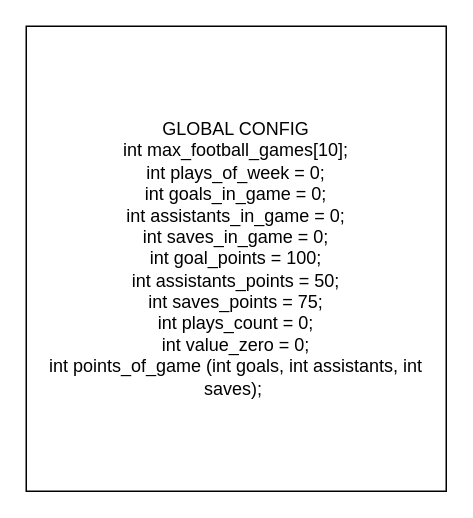
SrMochi02/exercises-c keeps this draw.io diagram as page "Page-1" (1 of 3) of 04_footballgames_practice/docs/excercisefootballgames.drawio. Above is the earlier version. Source tidied: cells renumbered, new cells numbered last; positions are measured from the earlier drawing's top-left corner, leaving out a move shared by most shapes. Both pictures are drawn from the tidied source at 150%, with x=0, y=0 at pixel (26, 26).
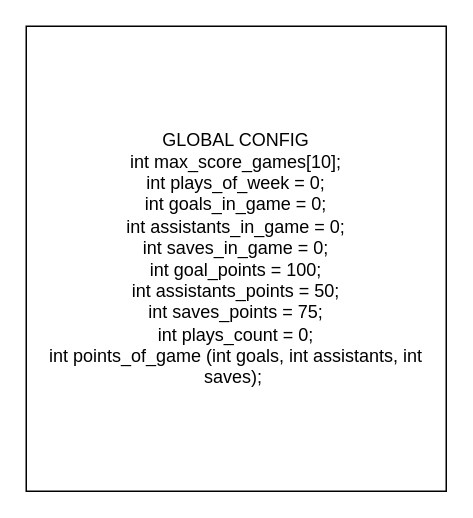
After the change.

What changed in the source:
```diff
@@
 <mxGraphModel>
   <root>
     <mxCell id="0" />
     <mxCell id="1" parent="0" />
-    <mxCell id="2" value="&lt;div&gt;GLOBAL CONFIG&lt;/div&gt;int max_football_games[10];&lt;div&gt;int plays_of_week = 0;&lt;br&gt;&lt;div&gt;int goals_in_game = 0;&lt;/div&gt;&lt;div&gt;int assistants_in_game = 0;&lt;/div&gt;&lt;div&gt;int saves_in_game = 0;&lt;/div&gt;&lt;div&gt;int goal_points = 100;&lt;/div&gt;&lt;div&gt;int assistants_points = 50;&lt;/div&gt;&lt;div&gt;int saves_points = 75;&lt;/div&gt;&lt;div&gt;int plays_count = 0;&lt;br&gt;int value_zero = 0;&lt;/div&gt;&lt;div&gt;int points_of_game (int goals, int assistants, int saves);&amp;nbsp;&lt;/div&gt;&lt;/div&gt;" style="rounded=0;whiteSpace=wrap;html=1;" parent="1" vertex="1">
+    <mxCell id="2" value="&lt;div&gt;GLOBAL CONFIG&lt;/div&gt;int max_score_games[10];&lt;div&gt;int plays_of_week = 0;&lt;br&gt;&lt;div&gt;int goals_in_game = 0;&lt;/div&gt;&lt;div&gt;int assistants_in_game = 0;&lt;/div&gt;&lt;div&gt;int saves_in_game = 0;&lt;/div&gt;&lt;div&gt;int goal_points = 100;&lt;/div&gt;&lt;div&gt;int assistants_points = 50;&lt;/div&gt;&lt;div&gt;int saves_points = 75;&lt;/div&gt;&lt;div&gt;int plays_count = 0;&lt;br&gt;&lt;/div&gt;&lt;div&gt;int points_of_game (int goals, int assistants, int saves);&amp;nbsp;&lt;/div&gt;&lt;/div&gt;" style="rounded=0;whiteSpace=wrap;html=1;" parent="1" vertex="1">
       <mxGeometry width="280" height="310" as="geometry" />
     </mxCell>
   </root>
 </mxGraphModel>
```
